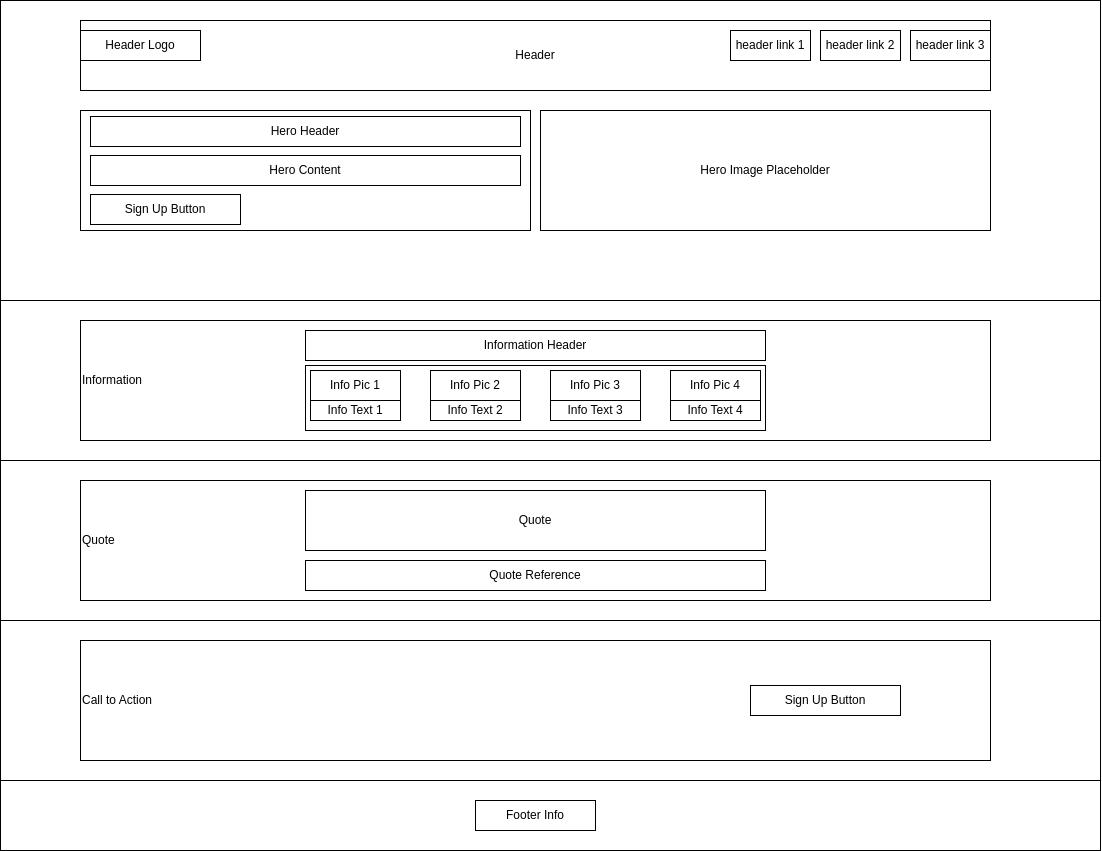
Earlier version of the draw.io export top_project1.png (jjagodz4/top-project1). Source tidied: cells renumbered, new cells last; positions are measured from the earlier drawing's top-left corner, leaving out a move shared by most shapes.
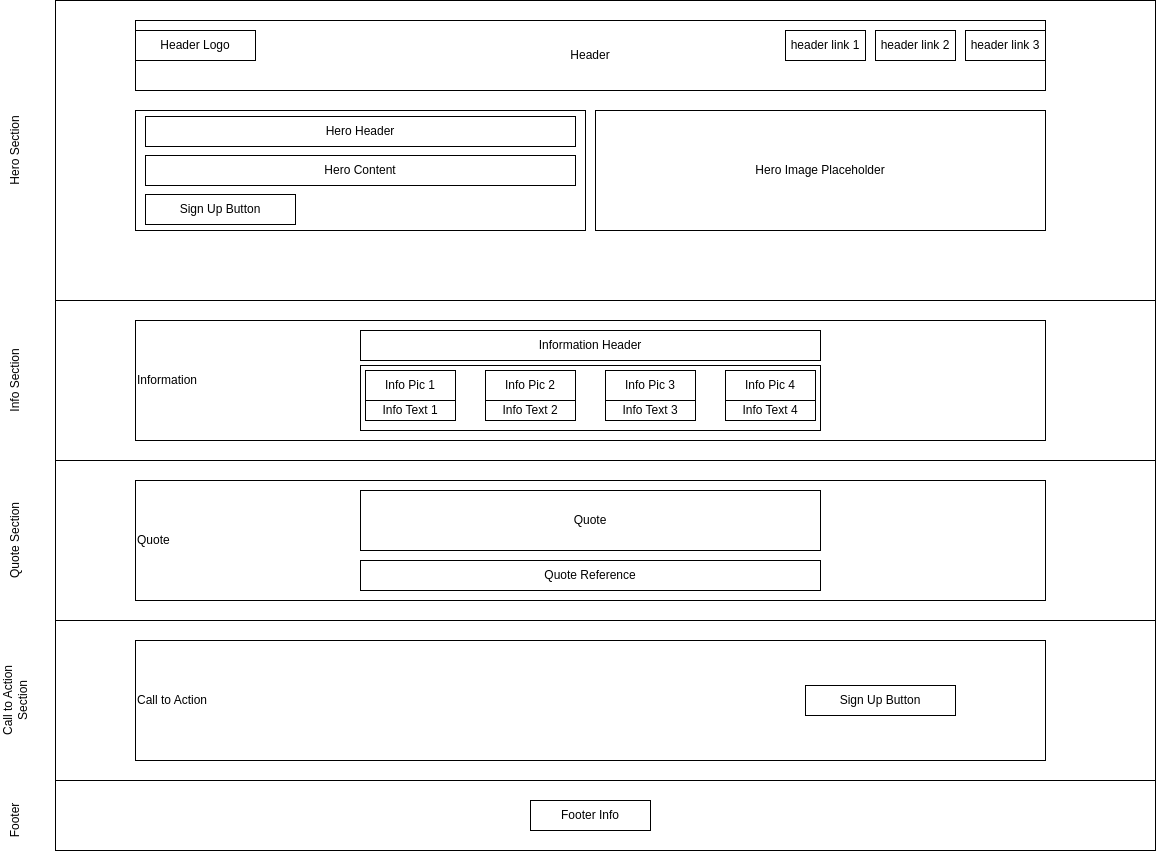
After the commit.

Change to the diagram source:
```diff
@@ -98,5 +98,20 @@
     <mxCell id="33" value="Footer Info" style="rounded=0;whiteSpace=wrap;html=1;" parent="1" vertex="1">
       <mxGeometry x="475" y="800" width="120" height="30" as="geometry" />
     </mxCell>
+    <mxCell id="34" value="Hero Section" style="text;html=1;align=center;verticalAlign=middle;whiteSpace=wrap;rounded=0;rotation=-90;" parent="1" vertex="1">
+      <mxGeometry x="-90" y="135" width="100" height="30" as="geometry" />
+    </mxCell>
+    <mxCell id="35" value="Info Section" style="text;html=1;align=center;verticalAlign=middle;whiteSpace=wrap;rounded=0;rotation=-90;" parent="1" vertex="1">
+      <mxGeometry x="-90" y="365" width="100" height="30" as="geometry" />
+    </mxCell>
+    <mxCell id="36" value="Quote Section" style="text;html=1;align=center;verticalAlign=middle;whiteSpace=wrap;rounded=0;rotation=-90;" parent="1" vertex="1">
+      <mxGeometry x="-90" y="525" width="100" height="30" as="geometry" />
+    </mxCell>
+    <mxCell id="37" value="Call to Action Section" style="text;html=1;align=center;verticalAlign=middle;whiteSpace=wrap;rounded=0;rotation=-90;" parent="1" vertex="1">
+      <mxGeometry x="-90" y="685" width="100" height="30" as="geometry" />
+    </mxCell>
+    <mxCell id="38" value="Footer" style="text;html=1;align=center;verticalAlign=middle;whiteSpace=wrap;rounded=0;rotation=-90;" parent="1" vertex="1">
+      <mxGeometry x="-65" y="805" width="50" height="30" as="geometry" />
+    </mxCell>
   </root>
 </mxGraphModel>
```
